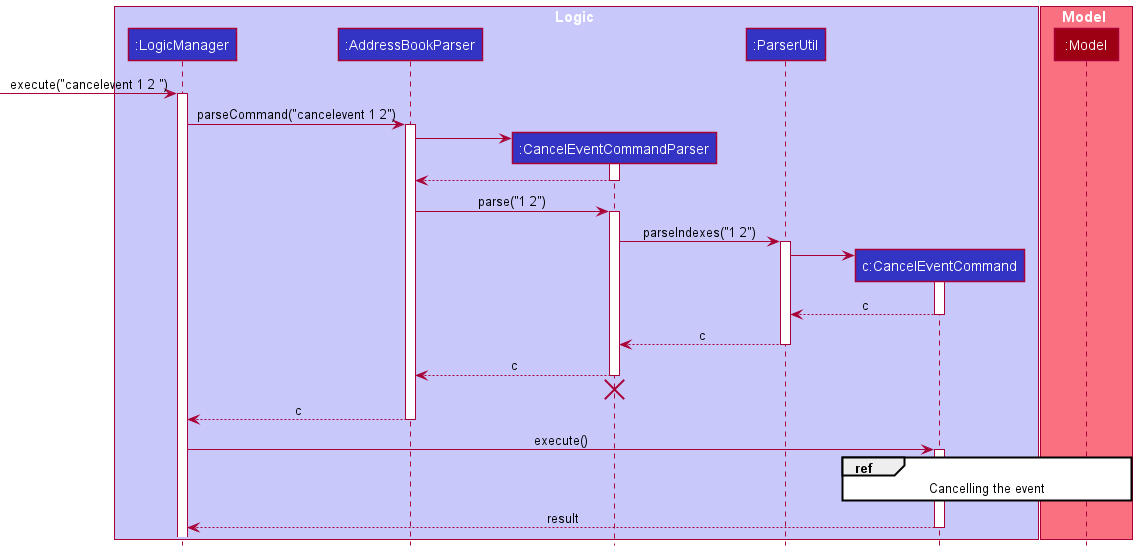
Before: docs/images/CancelEventSequenceDiagram0.png, a diagram exported from PlantUML (nus-cs2103-AY2122S2/tp). The source it was exported from:
```plantuml
@startuml
!include style.puml

box Logic LOGIC_COLOR_T1
participant ":LogicManager" as LogicManager LOGIC_COLOR
participant ":AddressBookParser" as AddressBookParser LOGIC_COLOR
participant ":CancelEventCommandParser" as CancelEventCommandParser LOGIC_COLOR
participant ":ParserUtil" as ParserUtil LOGIC_COLOR
participant "c:CancelEventCommand" as CancelEventCommand LOGIC_COLOR
end box

box Model MODEL_COLOR_T1
participant ":Model" as Model MODEL_COLOR
end box

[-> LogicManager : execute("cancelevent 1 2 ")
activate LogicManager

LogicManager -> AddressBookParser : parseCommand("cancelevent 1 2")
activate AddressBookParser

create CancelEventCommandParser
AddressBookParser -> CancelEventCommandParser
activate CancelEventCommandParser

CancelEventCommandParser --> AddressBookParser
deactivate CancelEventCommandParser

AddressBookParser -> CancelEventCommandParser : parse("1 2")
activate CancelEventCommandParser

CancelEventCommandParser -> ParserUtil : parseIndexes("1 2")
activate ParserUtil
create CancelEventCommand
ParserUtil -> CancelEventCommand
activate CancelEventCommand

CancelEventCommand --> ParserUtil : c
deactivate CancelEventCommand
ParserUtil --> CancelEventCommandParser : c
deactivate ParserUtil

CancelEventCommandParser --> AddressBookParser : c
deactivate CancelEventCommandParser
CancelEventCommandParser -[hidden]-> AddressBookParser
destroy CancelEventCommandParser

AddressBookParser --> LogicManager : c
deactivate AddressBookParser

LogicManager -> CancelEventCommand : execute()
activate CancelEventCommand

ref over CancelEventCommand, Model
Cancelling the event
end ref

CancelEventCommand --> LogicManager : result
deactivate CancelEventCommand

@enduml
```
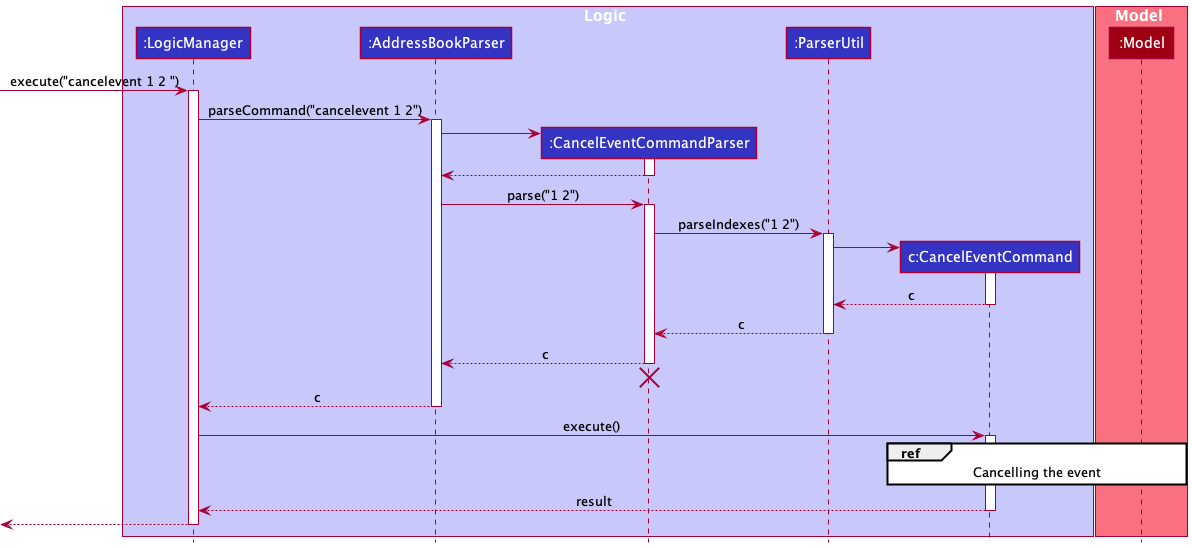
After the commit.

Commit message:
Added return arrow from LogicManager in Tag,Event,CancelEvent,DeleteMultiple Sequence Diagrams

What changed in the source:
```diff
@@ -58,4 +58,7 @@
 CancelEventCommand --> LogicManager : result
 deactivate CancelEventCommand
 
+[<--LogicManager
+deactivate LogicManager
+
 @enduml
```
